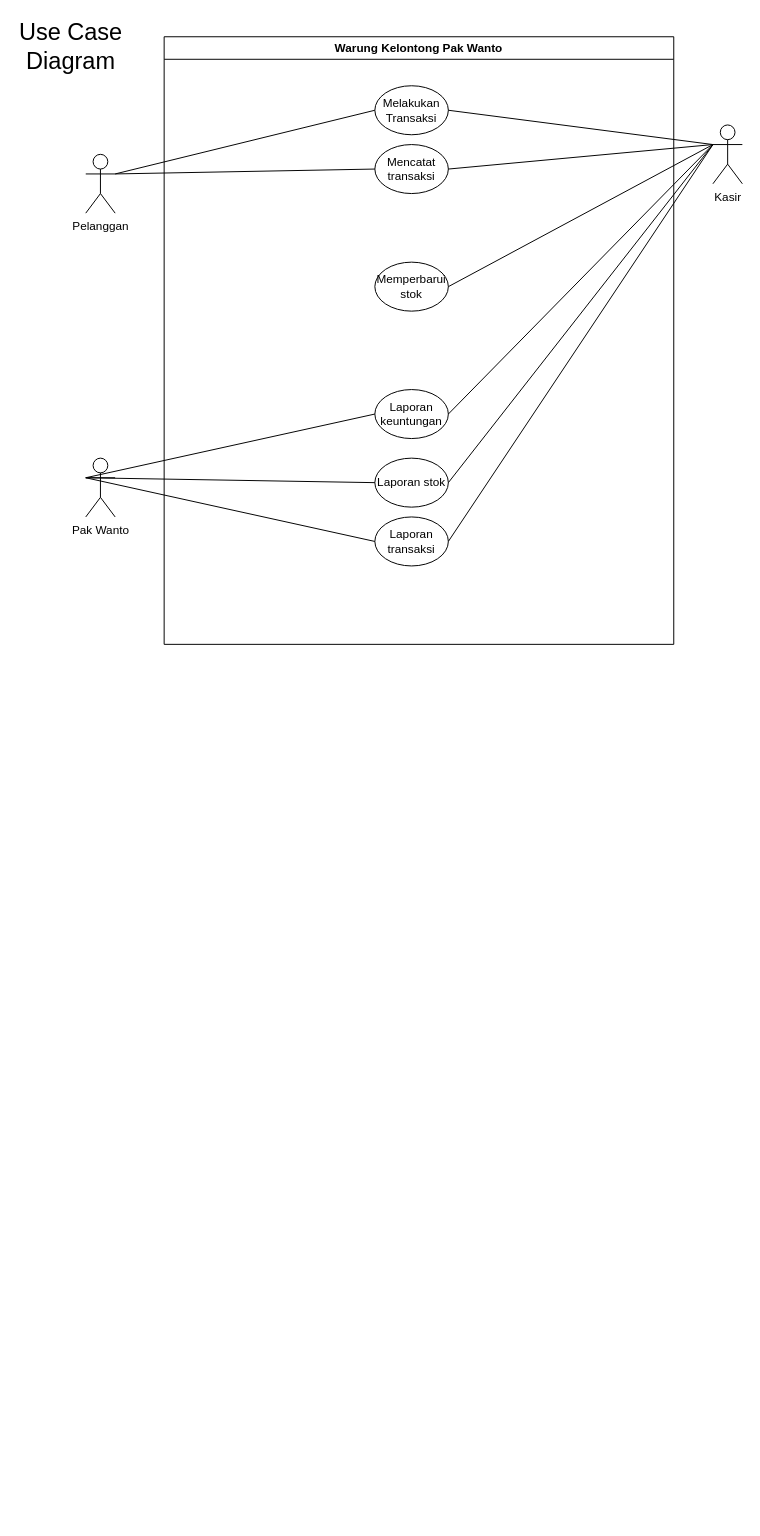
Before: Untitled Diagram.drawio in Suryzw/draw.io, a draw.io diagram. Source tidied: cells renumbered, new cells numbered last; positions are measured from the earlier drawing's top-left corner, leaving out a move shared by most shapes. Both pictures are drawn from the tidied source at 98%, with x=0, y=0 at pixel (17, 17).
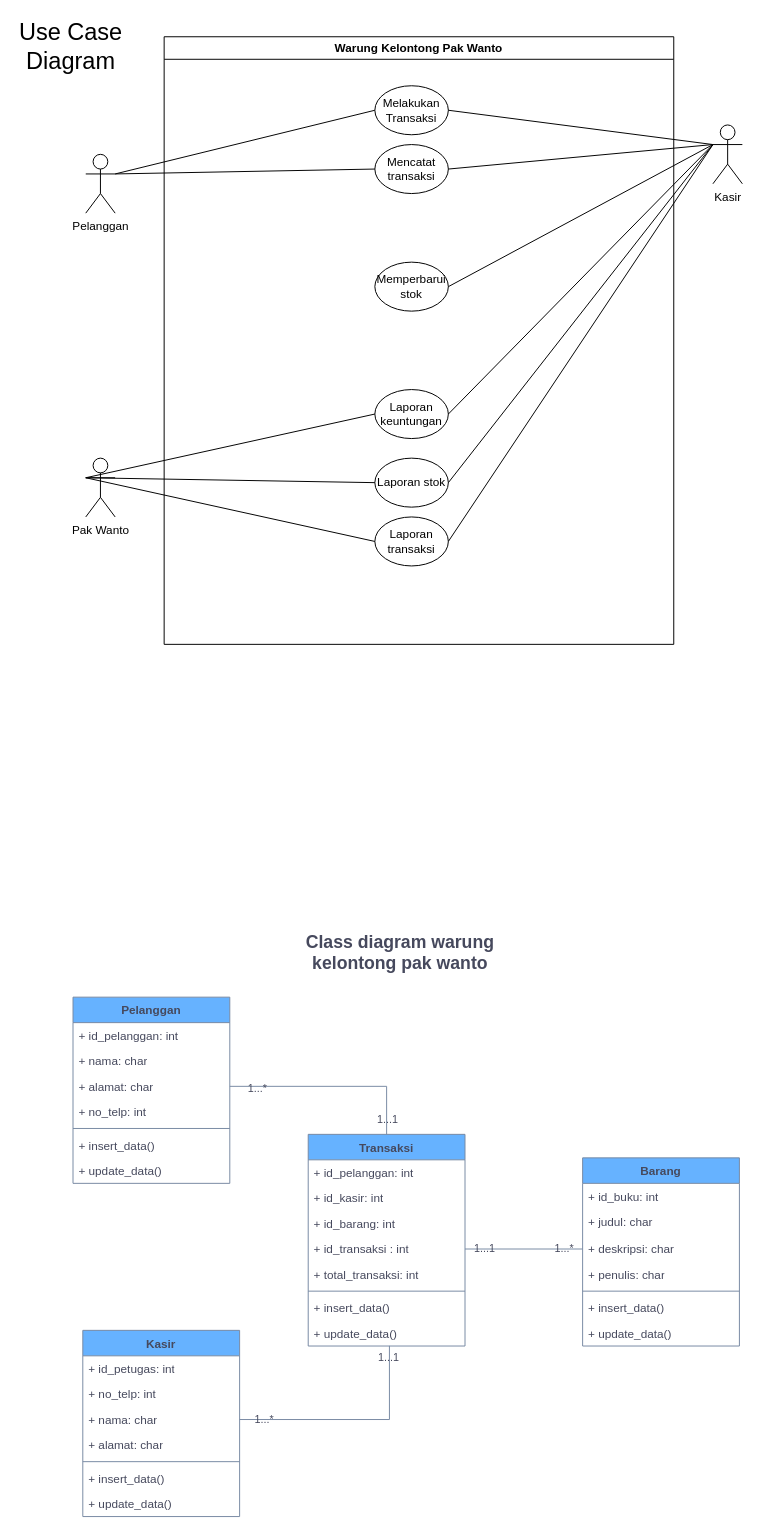
The same page after the edit.

What changed in the source:
```diff
@@
+    <mxCell id="24" value="Transaksi" style="swimlane;fontStyle=1;align=center;verticalAlign=top;horizontal=1;startSize=26;whiteSpace=wrap;html=1;textShadow=0;labelBackgroundColor=none;fillColor=#66B2FF;strokeColor=#788AA3;fontColor=#46495D;" parent="1" vertex="1">
+      <mxGeometry x="297" y="1140" width="160" height="216" as="geometry" />
+    </mxCell>
+    <mxCell id="25" value="+ id_pelanggan: int&lt;div&gt;&lt;br&gt;&lt;/div&gt;" style="text;strokeColor=none;fillColor=none;align=left;verticalAlign=top;spacingLeft=4;spacingRight=4;overflow=hidden;whiteSpace=wrap;html=1;textShadow=0;labelBackgroundColor=none;fontColor=#46495D;" parent="24" vertex="1">
+      <mxGeometry y="26" width="160" height="26" as="geometry" />
+    </mxCell>
+    <mxCell id="26" value="+ id_kasir: int" style="text;strokeColor=none;fillColor=none;align=left;verticalAlign=top;spacingLeft=4;spacingRight=4;overflow=hidden;whiteSpace=wrap;html=1;textShadow=0;labelBackgroundColor=none;fontColor=#46495D;" parent="24" vertex="1">
+      <mxGeometry y="52" width="160" height="26" as="geometry" />
+    </mxCell>
+    <mxCell id="27" value="+ id_barang: int" style="text;strokeColor=none;fillColor=none;align=left;verticalAlign=top;spacingLeft=4;spacingRight=4;overflow=hidden;whiteSpace=wrap;html=1;textShadow=0;labelBackgroundColor=none;fontColor=#46495D;" parent="24" vertex="1">
+      <mxGeometry y="78" width="160" height="26" as="geometry" />
+    </mxCell>
+    <mxCell id="28" value="+ id_transaksi : int" style="text;strokeColor=none;fillColor=none;align=left;verticalAlign=top;spacingLeft=4;spacingRight=4;overflow=hidden;points=[[0,0.5],[1,0.5]];portConstraint=eastwest;whiteSpace=wrap;html=1;textShadow=0;labelBackgroundColor=none;fontColor=#46495D;" parent="24" vertex="1">
+      <mxGeometry y="104" width="160" height="26" as="geometry" />
+    </mxCell>
+    <mxCell id="29" value="+ total_transaksi: int" style="text;strokeColor=none;fillColor=none;align=left;verticalAlign=top;spacingLeft=4;spacingRight=4;overflow=hidden;whiteSpace=wrap;html=1;textShadow=0;labelBackgroundColor=none;fontColor=#46495D;" parent="24" vertex="1">
+      <mxGeometry y="130" width="160" height="26" as="geometry" />
+    </mxCell>
+    <mxCell id="30" style="line;strokeWidth=1;fillColor=none;align=left;verticalAlign=middle;spacingTop=-1;spacingLeft=3;spacingRight=3;labelPosition=right;textShadow=0;labelBackgroundColor=none;strokeColor=#788AA3;fontColor=#46495D;" parent="24" vertex="1">
+      <mxGeometry y="156" width="160" height="8" as="geometry" />
+    </mxCell>
+    <mxCell id="31" value="+ insert_data()" style="text;strokeColor=none;fillColor=none;align=left;verticalAlign=top;spacingLeft=4;spacingRight=4;overflow=hidden;whiteSpace=wrap;html=1;textShadow=0;labelBackgroundColor=none;fontColor=#46495D;" parent="24" vertex="1">
+      <mxGeometry y="164" width="160" height="26" as="geometry" />
+    </mxCell>
+    <mxCell id="32" value="+ update_data()" style="text;strokeColor=none;fillColor=none;align=left;verticalAlign=top;spacingLeft=4;spacingRight=4;overflow=hidden;points=[[0,0.5],[1,0.5]];portConstraint=eastwest;whiteSpace=wrap;html=1;textShadow=0;labelBackgroundColor=none;fontColor=#46495D;" parent="24" vertex="1">
+      <mxGeometry y="190" width="160" height="26" as="geometry" />
+    </mxCell>
+    <mxCell id="33" value="Barang" style="swimlane;fontStyle=1;align=center;verticalAlign=top;horizontal=1;startSize=26;whiteSpace=wrap;html=1;textShadow=0;labelBackgroundColor=none;fillColor=#66B2FF;strokeColor=#788AA3;fontColor=#46495D;" parent="1" vertex="1">
+      <mxGeometry x="577" y="1164" width="160" height="192" as="geometry" />
+    </mxCell>
+    <mxCell id="34" value="+ id_buku: int" style="text;strokeColor=none;fillColor=none;align=left;verticalAlign=top;spacingLeft=4;spacingRight=4;overflow=hidden;whiteSpace=wrap;html=1;textShadow=0;labelBackgroundColor=none;fontColor=#46495D;" parent="33" vertex="1">
+      <mxGeometry y="26" width="160" height="26" as="geometry" />
+    </mxCell>
+    <mxCell id="35" value="+ judul: char" style="text;strokeColor=none;fillColor=none;align=left;verticalAlign=top;spacingLeft=4;spacingRight=4;overflow=hidden;whiteSpace=wrap;html=1;textShadow=0;labelBackgroundColor=none;fontColor=#46495D;" parent="33" vertex="1">
+      <mxGeometry y="52" width="160" height="28" as="geometry" />
+    </mxCell>
+    <mxCell id="36" value="+ deskripsi: char" style="text;strokeColor=none;fillColor=none;align=left;verticalAlign=top;spacingLeft=4;spacingRight=4;overflow=hidden;points=[[0,0.5],[1,0.5]];portConstraint=eastwest;whiteSpace=wrap;html=1;textShadow=0;labelBackgroundColor=none;fontColor=#46495D;" parent="33" vertex="1">
+      <mxGeometry y="80" width="160" height="26" as="geometry" />
+    </mxCell>
+    <mxCell id="37" value="+ penulis: char" style="text;strokeColor=none;fillColor=none;align=left;verticalAlign=top;spacingLeft=4;spacingRight=4;overflow=hidden;whiteSpace=wrap;html=1;textShadow=0;labelBackgroundColor=none;fontColor=#46495D;" parent="33" vertex="1">
+      <mxGeometry y="106" width="160" height="26" as="geometry" />
+    </mxCell>
+    <mxCell id="38" style="line;strokeWidth=1;fillColor=none;align=left;verticalAlign=middle;spacingTop=-1;spacingLeft=3;spacingRight=3;labelPosition=right;textShadow=0;labelBackgroundColor=none;strokeColor=#788AA3;fontColor=#46495D;" parent="33" vertex="1">
+      <mxGeometry y="132" width="160" height="8" as="geometry" />
+    </mxCell>
+    <mxCell id="39" value="+ insert_data()" style="text;strokeColor=none;fillColor=none;align=left;verticalAlign=top;spacingLeft=4;spacingRight=4;overflow=hidden;whiteSpace=wrap;html=1;textShadow=0;labelBackgroundColor=none;fontColor=#46495D;" parent="33" vertex="1">
+      <mxGeometry y="140" width="160" height="26" as="geometry" />
+    </mxCell>
+    <mxCell id="40" value="+ update_data()" style="text;strokeColor=none;fillColor=none;align=left;verticalAlign=top;spacingLeft=4;spacingRight=4;overflow=hidden;whiteSpace=wrap;html=1;textShadow=0;labelBackgroundColor=none;fontColor=#46495D;" parent="33" vertex="1">
+      <mxGeometry y="166" width="160" height="26" as="geometry" />
+    </mxCell>
+    <mxCell id="41" value="Pelanggan" style="swimlane;fontStyle=1;align=center;verticalAlign=top;horizontal=1;startSize=26;whiteSpace=wrap;html=1;textShadow=0;labelBackgroundColor=none;fillColor=#66B2FF;strokeColor=#788AA3;fontColor=#46495D;" parent="1" vertex="1">
+      <mxGeometry x="57" y="1000" width="160" height="190" as="geometry" />
+    </mxCell>
+    <mxCell id="42" value="+ id_pelanggan: int" style="text;strokeColor=none;fillColor=none;align=left;verticalAlign=top;spacingLeft=4;spacingRight=4;overflow=hidden;whiteSpace=wrap;html=1;textShadow=0;labelBackgroundColor=none;fontColor=#46495D;" parent="41" vertex="1">
+      <mxGeometry y="26" width="160" height="26" as="geometry" />
+    </mxCell>
+    <mxCell id="43" value="+ nama: char" style="text;strokeColor=none;fillColor=none;align=left;verticalAlign=top;spacingLeft=4;spacingRight=4;overflow=hidden;whiteSpace=wrap;html=1;textShadow=0;labelBackgroundColor=none;fontColor=#46495D;" parent="41" vertex="1">
+      <mxGeometry y="52" width="160" height="26" as="geometry" />
+    </mxCell>
+    <mxCell id="44" value="+ alamat: char" style="text;strokeColor=none;fillColor=none;align=left;verticalAlign=top;spacingLeft=4;spacingRight=4;overflow=hidden;points=[[0,0.5],[1,0.5]];portConstraint=eastwest;whiteSpace=wrap;html=1;textShadow=0;labelBackgroundColor=none;fontColor=#46495D;" parent="41" vertex="1">
+      <mxGeometry y="78" width="160" height="26" as="geometry" />
+    </mxCell>
+    <mxCell id="45" value="+ no_telp: int" style="text;strokeColor=none;fillColor=none;align=left;verticalAlign=top;spacingLeft=4;spacingRight=4;overflow=hidden;whiteSpace=wrap;html=1;textShadow=0;labelBackgroundColor=none;fontColor=#46495D;" parent="41" vertex="1">
+      <mxGeometry y="104" width="160" height="26" as="geometry" />
+    </mxCell>
+    <mxCell id="46" style="line;strokeWidth=1;fillColor=none;align=left;verticalAlign=middle;spacingTop=-1;spacingLeft=3;spacingRight=3;labelPosition=right;textShadow=0;labelBackgroundColor=none;strokeColor=#788AA3;fontColor=#46495D;" parent="41" vertex="1">
+      <mxGeometry y="130" width="160" height="8" as="geometry" />
+    </mxCell>
+    <mxCell id="47" value="+ insert_data()" style="text;strokeColor=none;fillColor=none;align=left;verticalAlign=top;spacingLeft=4;spacingRight=4;overflow=hidden;whiteSpace=wrap;html=1;textShadow=0;labelBackgroundColor=none;fontColor=#46495D;" parent="41" vertex="1">
+      <mxGeometry y="138" width="160" height="26" as="geometry" />
+    </mxCell>
+    <mxCell id="48" value="+ update_data()" style="text;strokeColor=none;fillColor=none;align=left;verticalAlign=top;spacingLeft=4;spacingRight=4;overflow=hidden;whiteSpace=wrap;html=1;textShadow=0;labelBackgroundColor=none;fontColor=#46495D;" parent="41" vertex="1">
+      <mxGeometry y="164" width="160" height="26" as="geometry" />
+    </mxCell>
+    <mxCell id="49" value="Kasir" style="swimlane;fontStyle=1;align=center;verticalAlign=top;horizontal=1;startSize=26;whiteSpace=wrap;html=1;textShadow=0;labelBackgroundColor=none;fillColor=#66B2FF;strokeColor=#788AA3;fontColor=#46495D;" parent="1" vertex="1">
+      <mxGeometry x="67" y="1340" width="160" height="190" as="geometry" />
+    </mxCell>
+    <mxCell id="50" value="+ id_petugas: int" style="text;strokeColor=none;fillColor=none;align=left;verticalAlign=top;spacingLeft=4;spacingRight=4;overflow=hidden;whiteSpace=wrap;html=1;textShadow=0;labelBackgroundColor=none;fontColor=#46495D;" parent="49" vertex="1">
+      <mxGeometry y="26" width="160" height="26" as="geometry" />
+    </mxCell>
+    <mxCell id="51" value="+ no_telp: int" style="text;strokeColor=none;fillColor=none;align=left;verticalAlign=top;spacingLeft=4;spacingRight=4;overflow=hidden;whiteSpace=wrap;html=1;textShadow=0;labelBackgroundColor=none;fontColor=#46495D;" parent="49" vertex="1">
+      <mxGeometry y="52" width="160" height="26" as="geometry" />
+    </mxCell>
+    <mxCell id="52" value="+ nama: char" style="text;strokeColor=none;fillColor=none;align=left;verticalAlign=top;spacingLeft=4;spacingRight=4;overflow=hidden;points=[[0,0.5],[1,0.5]];portConstraint=eastwest;whiteSpace=wrap;html=1;textShadow=0;labelBackgroundColor=none;fontColor=#46495D;" parent="49" vertex="1">
+      <mxGeometry y="78" width="160" height="26" as="geometry" />
+    </mxCell>
+    <mxCell id="53" value="+ alamat: char" style="text;strokeColor=none;fillColor=none;align=left;verticalAlign=top;spacingLeft=4;spacingRight=4;overflow=hidden;whiteSpace=wrap;html=1;textShadow=0;labelBackgroundColor=none;fontColor=#46495D;" parent="49" vertex="1">
+      <mxGeometry y="104" width="160" height="26" as="geometry" />
+    </mxCell>
+    <mxCell id="54" style="line;strokeWidth=1;fillColor=none;align=left;verticalAlign=middle;spacingTop=-1;spacingLeft=3;spacingRight=3;labelPosition=right;textShadow=0;labelBackgroundColor=none;strokeColor=#788AA3;fontColor=#46495D;" parent="49" vertex="1">
+      <mxGeometry y="130" width="160" height="8" as="geometry" />
+    </mxCell>
+    <mxCell id="55" value="+ insert_data()" style="text;strokeColor=none;fillColor=none;align=left;verticalAlign=top;spacingLeft=4;spacingRight=4;overflow=hidden;whiteSpace=wrap;html=1;textShadow=0;labelBackgroundColor=none;fontColor=#46495D;" parent="49" vertex="1">
+      <mxGeometry y="138" width="160" height="26" as="geometry" />
+    </mxCell>
+    <mxCell id="56" value="+ update_data()" style="text;strokeColor=none;fillColor=none;align=left;verticalAlign=top;spacingLeft=4;spacingRight=4;overflow=hidden;whiteSpace=wrap;html=1;textShadow=0;labelBackgroundColor=none;fontColor=#46495D;" parent="49" vertex="1">
+      <mxGeometry y="164" width="160" height="26" as="geometry" />
+    </mxCell>
+    <mxCell id="57" style="edgeStyle=orthogonalEdgeStyle;rounded=0;jettySize=auto;html=1;exitX=1;exitY=0.5;exitDx=0;exitDy=0;entryX=0.5;entryY=0;entryDx=0;entryDy=0;endArrow=none;endFill=0;textShadow=0;labelBackgroundColor=none;fontColor=default;strokeColor=#788AA3;" parent="1" edge="1" source="44" target="24">
+      <mxGeometry relative="1" as="geometry" />
+    </mxCell>
+    <mxCell id="58" value="1...*" style="edgeLabel;html=1;align=center;verticalAlign=middle;textShadow=0;labelBackgroundColor=none;fontColor=#46495D;" parent="57" vertex="1">
+      <mxGeometry x="-0.93" y="-1" relative="1" as="geometry">
+        <mxPoint x="20" as="offset" />
+      </mxGeometry>
+    </mxCell>
+    <mxCell id="59" value="1...1" style="edgeLabel;html=1;align=center;verticalAlign=middle;textShadow=0;labelBackgroundColor=none;fontColor=#46495D;" parent="57" vertex="1">
+      <mxGeometry x="0.85" relative="1" as="geometry" />
+    </mxCell>
+    <mxCell id="60" style="edgeStyle=orthogonalEdgeStyle;rounded=0;jettySize=auto;html=1;exitX=1;exitY=0.5;exitDx=0;exitDy=0;entryX=0;entryY=0.5;entryDx=0;entryDy=0;endArrow=none;endFill=0;textShadow=0;labelBackgroundColor=none;fontColor=default;strokeColor=#788AA3;" parent="1" edge="1" source="28" target="36">
+      <mxGeometry relative="1" as="geometry" />
+    </mxCell>
+    <mxCell id="61" value="1...1" style="edgeLabel;html=1;align=center;verticalAlign=middle;textShadow=0;labelBackgroundColor=none;fontColor=#46495D;" parent="60" vertex="1">
+      <mxGeometry x="-0.69" y="1" relative="1" as="geometry" />
+    </mxCell>
+    <mxCell id="62" value="1...*" style="edgeLabel;html=1;align=center;verticalAlign=middle;textShadow=0;labelBackgroundColor=none;fontColor=#46495D;" parent="60" vertex="1">
+      <mxGeometry x="0.66" y="1" relative="1" as="geometry" />
+    </mxCell>
+    <mxCell id="63" style="edgeStyle=orthogonalEdgeStyle;rounded=0;jettySize=auto;html=1;exitX=1;exitY=0.5;exitDx=0;exitDy=0;entryX=0.518;entryY=0.994;entryDx=0;entryDy=0;entryPerimeter=0;endArrow=none;endFill=0;textShadow=0;labelBackgroundColor=none;fontColor=default;strokeColor=#788AA3;" parent="1" edge="1" source="52" target="32">
+      <mxGeometry relative="1" as="geometry" />
+    </mxCell>
+    <mxCell id="64" value="1...1" style="edgeLabel;html=1;align=center;verticalAlign=middle;textShadow=0;labelBackgroundColor=none;fontColor=#46495D;" parent="63" vertex="1">
+      <mxGeometry x="0.89" y="1" relative="1" as="geometry" />
+    </mxCell>
+    <mxCell id="65" value="1...*" style="edgeLabel;html=1;align=center;verticalAlign=middle;textShadow=0;labelBackgroundColor=none;fontColor=#46495D;" parent="63" vertex="1">
+      <mxGeometry x="-0.88" y="1" relative="1" as="geometry">
+        <mxPoint x="10" as="offset" />
+      </mxGeometry>
+    </mxCell>
+    <mxCell id="66" value="Class diagram warung kelontong pak wanto" style="text;html=1;align=center;verticalAlign=middle;whiteSpace=wrap;rounded=0;fontSize=18;fontStyle=1;textShadow=0;labelBackgroundColor=none;fontColor=#46495D;" parent="1" vertex="1">
+      <mxGeometry x="286" y="940" width="210" height="30" as="geometry" />
+    </mxCell>
```
